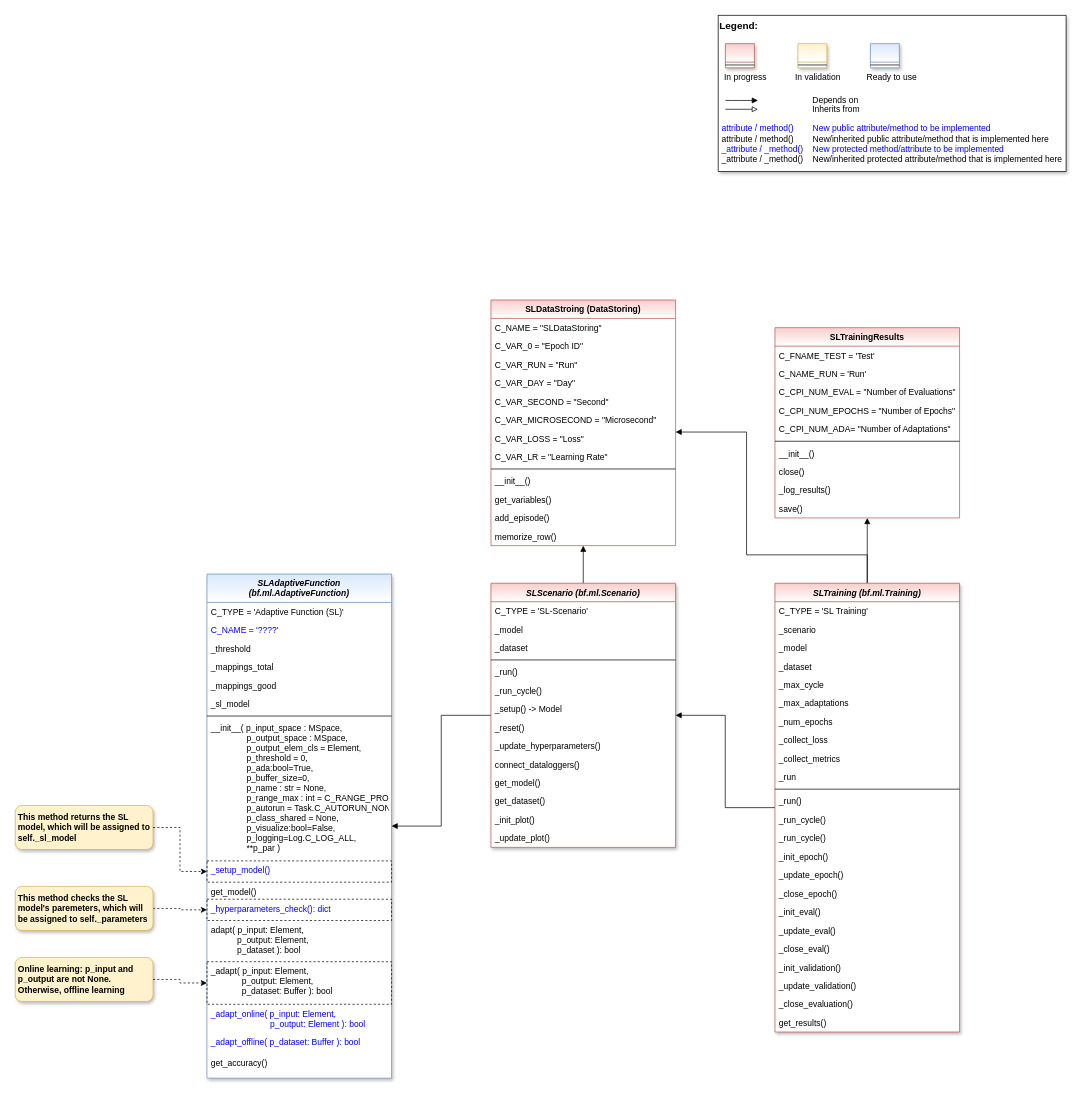
Above: doc/rtd/content/04_appendices/appendix2/sub/core/mlpro_sl/images/MLPro-SL-Basics_class_diagram.drawio in fhswf/MLPro (draw.io), before the change. Source tidied: cells renumbered, new cells numbered last; positions are measured from the earlier drawing's top-left corner, leaving out a move shared by most shapes. Both pictures are drawn from the tidied source at 71%, with x=0, y=0 at pixel (15, 15).
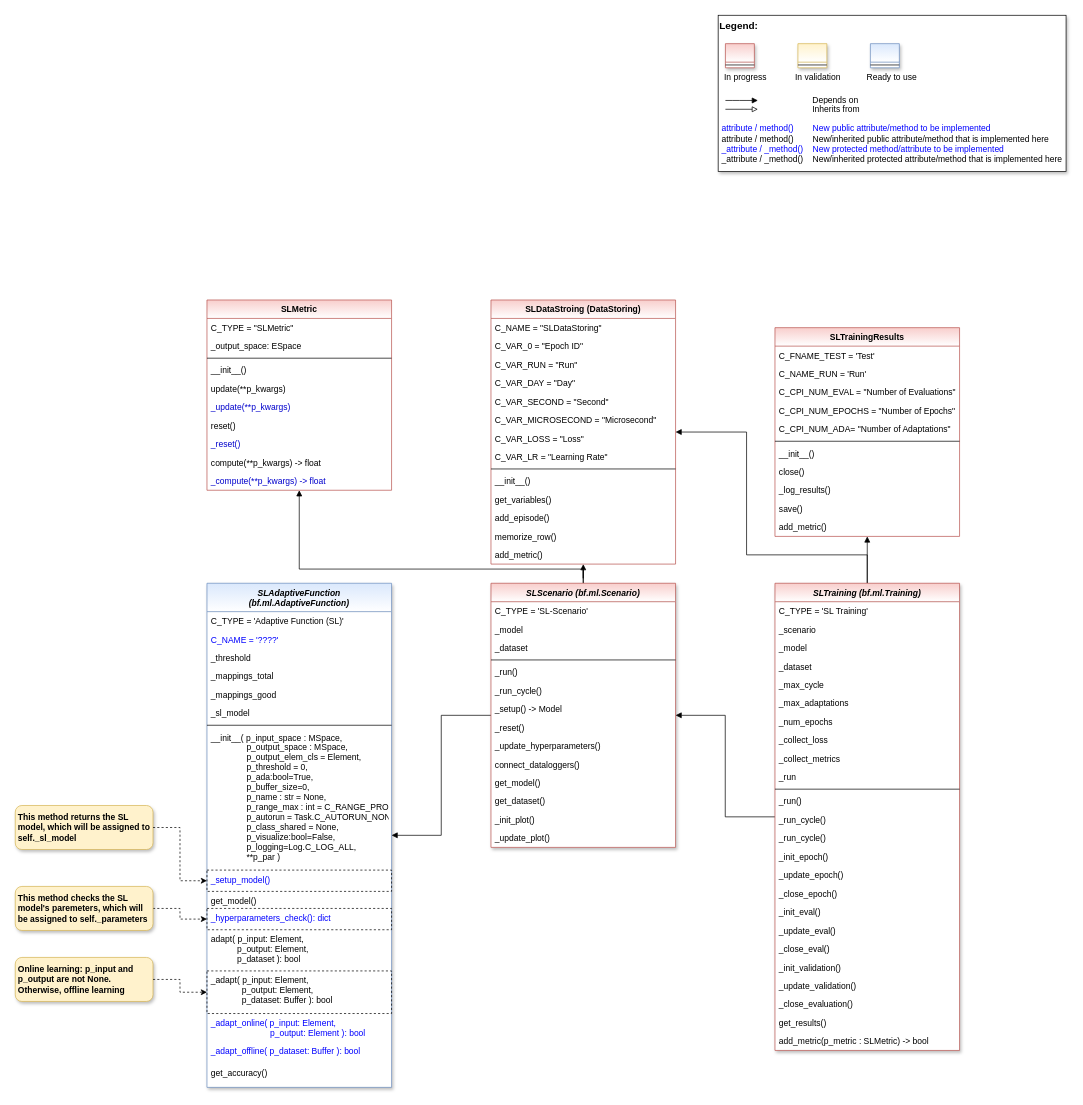
After the change.

The change refers to these unchanged cells:
```xml
<mxCell id="59" value="SLScenario (bf.ml.Scenario)" style="swimlane;fontStyle=3;align=center;verticalAlign=top;horizontal=1;startSize=26;rounded=0;shadow=1;strokeWidth=1;fillColor=#f8cecc;strokeColor=#b85450;swimlaneFillColor=#ffffff;gradientColor=#ffffff;" parent="1" vertex="1">
  <mxGeometry x="670" y="800" width="260" height="372" as="geometry" />
</mxCell>
```

Diff of the diagram source:
```diff
@@
+    <mxCell id="105" style="edgeStyle=orthogonalEdgeStyle;rounded=0;jettySize=auto;html=1;endArrow=block;endFill=1;" parent="1" edge="1" source="59" target="109">
+      <mxGeometry relative="1" as="geometry">
+        <Array as="points">
+          <mxPoint x="800" y="780" />
+          <mxPoint x="400" y="780" />
+        </Array>
+      </mxGeometry>
+    </mxCell>
     <mxCell id="2" value="SLAdaptiveFunction &#10;(bf.ml.AdaptiveFunction)" style="swimlane;fontStyle=3;align=center;verticalAlign=top;horizontal=1;startSize=40;rounded=0;shadow=1;strokeWidth=1;fillColor=#dae8fc;strokeColor=#6c8ebf;gradientColor=#ffffff;swimlaneFillColor=#ffffff;" parent="1" vertex="1">
-      <mxGeometry x="270" y="787" width="260" height="710" as="geometry" />
+      <mxGeometry x="270" y="800" width="260" height="710" as="geometry" />
     </mxCell>
@@
     <mxCell id="22" value="SLTraining (bf.ml.Training)" style="swimlane;fontStyle=3;align=center;verticalAlign=top;horizontal=1;startSize=26;rounded=0;shadow=1;strokeWidth=1;fillColor=#f8cecc;strokeColor=#b85450;swimlaneFillColor=#ffffff;gradientColor=#ffffff;" parent="1" vertex="1">
-      <mxGeometry x="1070" y="800" width="260" height="632" as="geometry" />
+      <mxGeometry x="1070" y="800" width="260" height="658" as="geometry" />
     </mxCell>
@@
+    <mxCell id="106" value="add_metric(p_metric : SLMetric) -&gt; bool" style="text;align=left;verticalAlign=top;spacingLeft=4;spacingRight=4;overflow=hidden;" parent="22" vertex="1">
+      <mxGeometry y="632" width="260" height="26" as="geometry" />
+    </mxCell>
@@
     <mxCell id="80" value="SLTrainingResults" style="swimlane;fontStyle=1;align=center;verticalAlign=top;horizontal=1;startSize=26;fillColor=#f8cecc;strokeColor=#b85450;gradientColor=#FFFFFF;" parent="1" vertex="1">
-      <mxGeometry x="1070" y="440" width="260" height="268" as="geometry" />
+      <mxGeometry x="1070" y="440" width="260" height="294" as="geometry" />
     </mxCell>
@@
+    <mxCell id="107" value="save()" style="text;strokeColor=none;fillColor=none;align=left;verticalAlign=top;spacingLeft=4;spacingRight=4;overflow=hidden;" parent="80" vertex="1">
+      <mxGeometry y="242" width="260" height="26" as="geometry" />
+    </mxCell>
-    <mxCell id="90" value="save()" style="text;strokeColor=none;fillColor=none;align=left;verticalAlign=top;spacingLeft=4;spacingRight=4;overflow=hidden;" parent="80" vertex="1">
-      <mxGeometry y="242" width="260" height="26" as="geometry" />
+    <mxCell id="90" value="add_metric()" style="text;strokeColor=none;fillColor=none;align=left;verticalAlign=top;spacingLeft=4;spacingRight=4;overflow=hidden;" parent="80" vertex="1">
+      <mxGeometry y="268" width="260" height="26" as="geometry" />
     </mxCell>
     <mxCell id="91" value="SLDataStroing (DataStoring)" style="swimlane;fontStyle=1;align=center;verticalAlign=top;horizontal=1;startSize=26;fillColor=#f8cecc;strokeColor=#b85450;gradientColor=#FFFFFF;swimlaneFillColor=default;" parent="1" vertex="1">
-      <mxGeometry x="670" y="401" width="260" height="346" as="geometry" />
+      <mxGeometry x="670" y="401" width="260" height="372" as="geometry" />
     </mxCell>
@@
+    <mxCell id="108" value="add_metric()" style="text;strokeColor=none;fillColor=none;align=left;verticalAlign=top;spacingLeft=4;spacingRight=4;overflow=hidden;" parent="91" vertex="1">
+      <mxGeometry y="346" width="260" height="26" as="geometry" />
+    </mxCell>
+    <mxCell id="109" value="SLMetric" style="swimlane;fontStyle=1;align=center;verticalAlign=top;horizontal=1;startSize=26;fillColor=#f8cecc;strokeColor=#b85450;gradientColor=#FFFFFF;" parent="1" vertex="1">
+      <mxGeometry x="270" y="401" width="260" height="268" as="geometry" />
+    </mxCell>
+    <mxCell id="110" value="C_TYPE = &quot;SLMetric&quot;" style="text;strokeColor=none;fillColor=none;align=left;verticalAlign=top;spacingLeft=4;spacingRight=4;overflow=hidden;" parent="109" vertex="1">
+      <mxGeometry y="26" width="260" height="26" as="geometry" />
+    </mxCell>
+    <mxCell id="111" value="_output_space: ESpace" style="text;strokeColor=none;fillColor=none;align=left;verticalAlign=top;spacingLeft=4;spacingRight=4;overflow=hidden;" parent="109" vertex="1">
+      <mxGeometry y="52" width="260" height="26" as="geometry" />
+    </mxCell>
+    <mxCell id="112" style="line;strokeWidth=1;fillColor=none;align=left;verticalAlign=middle;spacingTop=-1;spacingLeft=3;spacingRight=3;labelPosition=right;" parent="109" vertex="1">
+      <mxGeometry y="78" width="260" height="8" as="geometry" />
+    </mxCell>
+    <mxCell id="113" value="__init__()" style="text;strokeColor=none;fillColor=none;align=left;verticalAlign=top;spacingLeft=4;spacingRight=4;overflow=hidden;" parent="109" vertex="1">
+      <mxGeometry y="86" width="260" height="26" as="geometry" />
+    </mxCell>
+    <mxCell id="114" value="update(**p_kwargs)" style="text;strokeColor=none;fillColor=none;align=left;verticalAlign=top;spacingLeft=4;spacingRight=4;overflow=hidden;" parent="109" vertex="1">
+      <mxGeometry y="112" width="260" height="26" as="geometry" />
+    </mxCell>
+    <mxCell id="115" value="_update(**p_kwargs)" style="text;strokeColor=none;fillColor=none;align=left;verticalAlign=top;spacingLeft=4;spacingRight=4;overflow=hidden;fontColor=#0000CC;" parent="109" vertex="1">
+      <mxGeometry y="138" width="260" height="26" as="geometry" />
+    </mxCell>
+    <mxCell id="116" value="reset()" style="text;strokeColor=none;fillColor=none;align=left;verticalAlign=top;spacingLeft=4;spacingRight=4;overflow=hidden;" parent="109" vertex="1">
+      <mxGeometry y="164" width="260" height="26" as="geometry" />
+    </mxCell>
+    <mxCell id="117" value="_reset()" style="text;strokeColor=none;fillColor=none;align=left;verticalAlign=top;spacingLeft=4;spacingRight=4;overflow=hidden;fontColor=#0000CC;" parent="109" vertex="1">
+      <mxGeometry y="190" width="260" height="26" as="geometry" />
+    </mxCell>
+    <mxCell id="118" value="compute(**p_kwargs) -&gt; float" style="text;strokeColor=none;fillColor=none;align=left;verticalAlign=top;spacingLeft=4;spacingRight=4;overflow=hidden;" parent="109" vertex="1">
+      <mxGeometry y="216" width="260" height="26" as="geometry" />
+    </mxCell>
+    <mxCell id="119" value="_compute(**p_kwargs) -&gt; float" style="text;strokeColor=none;fillColor=none;align=left;verticalAlign=top;spacingLeft=4;spacingRight=4;overflow=hidden;fontColor=#0000CC;" parent="109" vertex="1">
+      <mxGeometry y="242" width="260" height="26" as="geometry" />
+    </mxCell>
```
